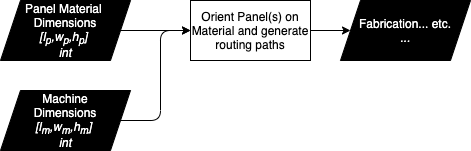
Earlier version of the draw.io export img/S2_workflow.png (BRG-teaching/CSD2_2022). Source tidied: cells renumbered, new cells last; positions are measured from the earlier drawing's top-left corner, leaving out a move shared by most shapes. Source of this version:
```xml
<mxGraphModel>
  <root>
    <mxCell id="0" />
    <mxCell id="1" parent="0" />
    <mxCell id="2" style="edgeStyle=orthogonalEdgeStyle;html=1;" parent="1" edge="1" source="3" target="8">
      <mxGeometry relative="1" as="geometry" />
    </mxCell>
    <mxCell id="3" value="Orient Panel(s) on Material and generate routing paths" style="rounded=0;whiteSpace=wrap;html=1;" parent="1" vertex="1">
      <mxGeometry x="190" width="120" height="60" as="geometry" />
    </mxCell>
    <mxCell id="4" style="edgeStyle=orthogonalEdgeStyle;html=1;entryX=0;entryY=0.5;entryDx=0;entryDy=0;" parent="1" edge="1" source="5" target="3">
      <mxGeometry relative="1" as="geometry" />
    </mxCell>
    <mxCell id="5" value="Panel Material &lt;br&gt;Dimensions&lt;br&gt;&lt;i&gt;[l&lt;sub&gt;p&lt;/sub&gt;,w&lt;/i&gt;&lt;i&gt;&lt;sub&gt;p&lt;/sub&gt;&lt;/i&gt;&lt;i&gt;,h&lt;/i&gt;&lt;i&gt;&lt;sub&gt;p&lt;/sub&gt;&lt;/i&gt;&lt;i&gt;] &lt;br&gt;int&lt;/i&gt;" style="shape=parallelogram;perimeter=parallelogramPerimeter;whiteSpace=wrap;html=1;fixedSize=1;fillColor=#000000;fontColor=#FFFFFF;" parent="1" vertex="1">
      <mxGeometry width="130" height="60" as="geometry" />
    </mxCell>
    <mxCell id="6" style="edgeStyle=orthogonalEdgeStyle;html=1;entryX=0;entryY=0.5;entryDx=0;entryDy=0;" parent="1" edge="1" source="7" target="3">
      <mxGeometry relative="1" as="geometry" />
    </mxCell>
    <mxCell id="7" value="Machine&lt;br&gt;Dimensions&lt;br&gt;&lt;i&gt;[l&lt;sub&gt;m&lt;/sub&gt;,w&lt;sub&gt;m&lt;/sub&gt;,h&lt;sub&gt;m&lt;/sub&gt;] &lt;br&gt;int&lt;/i&gt;" style="shape=parallelogram;perimeter=parallelogramPerimeter;whiteSpace=wrap;html=1;fixedSize=1;fillColor=#000000;fontColor=#FFFFFF;" parent="1" vertex="1">
      <mxGeometry y="90" width="130" height="60" as="geometry" />
    </mxCell>
    <mxCell id="8" value="Fabrication... etc.&lt;br&gt;&lt;i&gt;...&lt;/i&gt;" style="shape=parallelogram;perimeter=parallelogramPerimeter;whiteSpace=wrap;html=1;fixedSize=1;fillColor=#000000;fontColor=#FFFFFF;" parent="1" vertex="1">
      <mxGeometry x="340" width="130" height="60" as="geometry" />
    </mxCell>
  </root>
</mxGraphModel>
```
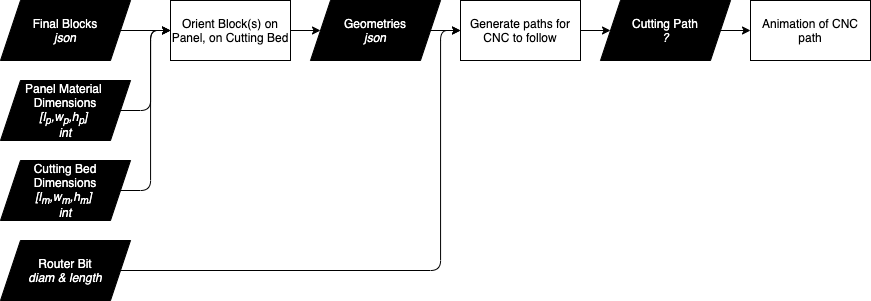
Above is the later version.

Commit message:
Added overview diagram with outline of what the jupyter notebook covers.

What changed in the source:
```diff
@@ -2,26 +2,61 @@
   <root>
     <mxCell id="0" />
     <mxCell id="1" parent="0" />
-    <mxCell id="2" style="edgeStyle=orthogonalEdgeStyle;html=1;" parent="1" edge="1" source="3" target="8">
-      <mxGeometry relative="1" as="geometry" />
-    </mxCell>
+    <mxCell id="9" style="edgeStyle=none;html=1;entryX=0;entryY=0.5;entryDx=0;entryDy=0;" parent="1" edge="1" source="3" target="15">
+      <mxGeometry relative="1" as="geometry" />
+    </mxCell>
-    <mxCell id="3" value="Orient Panel(s) on Material and generate routing paths" style="rounded=0;whiteSpace=wrap;html=1;" parent="1" vertex="1">
-      <mxGeometry x="190" width="120" height="60" as="geometry" />
+    <mxCell id="3" value="Orient Block(s) on Panel, on Cutting Bed" style="rounded=0;whiteSpace=wrap;html=1;" parent="1" vertex="1">
+      <mxGeometry x="250" y="-260" width="120" height="60" as="geometry" />
     </mxCell>
     <mxCell id="4" style="edgeStyle=orthogonalEdgeStyle;html=1;entryX=0;entryY=0.5;entryDx=0;entryDy=0;" parent="1" edge="1" source="5" target="3">
       <mxGeometry relative="1" as="geometry" />
     </mxCell>
     <mxCell id="5" value="Panel Material &lt;br&gt;Dimensions&lt;br&gt;&lt;i&gt;[l&lt;sub&gt;p&lt;/sub&gt;,w&lt;/i&gt;&lt;i&gt;&lt;sub&gt;p&lt;/sub&gt;&lt;/i&gt;&lt;i&gt;,h&lt;/i&gt;&lt;i&gt;&lt;sub&gt;p&lt;/sub&gt;&lt;/i&gt;&lt;i&gt;] &lt;br&gt;int&lt;/i&gt;" style="shape=parallelogram;perimeter=parallelogramPerimeter;whiteSpace=wrap;html=1;fixedSize=1;fillColor=#000000;fontColor=#FFFFFF;" parent="1" vertex="1">
-      <mxGeometry width="130" height="60" as="geometry" />
+      <mxGeometry x="80" y="-180" width="130" height="60" as="geometry" />
     </mxCell>
     <mxCell id="6" style="edgeStyle=orthogonalEdgeStyle;html=1;entryX=0;entryY=0.5;entryDx=0;entryDy=0;" parent="1" edge="1" source="7" target="3">
       <mxGeometry relative="1" as="geometry" />
     </mxCell>
-    <mxCell id="7" value="Machine&lt;br&gt;Dimensions&lt;br&gt;&lt;i&gt;[l&lt;sub&gt;m&lt;/sub&gt;,w&lt;sub&gt;m&lt;/sub&gt;,h&lt;sub&gt;m&lt;/sub&gt;] &lt;br&gt;int&lt;/i&gt;" style="shape=parallelogram;perimeter=parallelogramPerimeter;whiteSpace=wrap;html=1;fixedSize=1;fillColor=#000000;fontColor=#FFFFFF;" parent="1" vertex="1">
-      <mxGeometry y="90" width="130" height="60" as="geometry" />
+    <mxCell id="7" value="Cutting Bed&lt;br&gt;Dimensions&lt;br&gt;&lt;i&gt;[l&lt;sub&gt;m&lt;/sub&gt;,w&lt;sub&gt;m&lt;/sub&gt;,h&lt;sub&gt;m&lt;/sub&gt;] &lt;br&gt;int&lt;/i&gt;" style="shape=parallelogram;perimeter=parallelogramPerimeter;whiteSpace=wrap;html=1;fixedSize=1;fillColor=#000000;fontColor=#FFFFFF;" parent="1" vertex="1">
+      <mxGeometry x="80" y="-100" width="130" height="60" as="geometry" />
     </mxCell>
-    <mxCell id="8" value="Fabrication... etc.&lt;br&gt;&lt;i&gt;...&lt;/i&gt;" style="shape=parallelogram;perimeter=parallelogramPerimeter;whiteSpace=wrap;html=1;fixedSize=1;fillColor=#000000;fontColor=#FFFFFF;" parent="1" vertex="1">
-      <mxGeometry x="340" width="130" height="60" as="geometry" />
-    </mxCell>
+    <mxCell id="10" style="edgeStyle=none;html=1;entryX=0;entryY=0.5;entryDx=0;entryDy=0;" parent="1" edge="1" source="11" target="3">
+      <mxGeometry relative="1" as="geometry" />
+    </mxCell>
+    <mxCell id="11" value="Final Blocks&lt;br&gt;&lt;i&gt;json&lt;/i&gt;" style="shape=parallelogram;perimeter=parallelogramPerimeter;whiteSpace=wrap;html=1;fixedSize=1;fillColor=#000000;fontColor=#FFFFFF;" parent="1" vertex="1">
+      <mxGeometry x="80" y="-260" width="130" height="60" as="geometry" />
+    </mxCell>
+    <mxCell id="12" style="edgeStyle=orthogonalEdgeStyle;html=1;entryX=0;entryY=0.5;entryDx=0;entryDy=0;" parent="1" edge="1" source="13" target="17">
+      <mxGeometry relative="1" as="geometry">
+        <Array as="points">
+          <mxPoint x="520" y="10" />
+          <mxPoint x="520" y="-230" />
+        </Array>
+      </mxGeometry>
+    </mxCell>
+    <mxCell id="13" value="Router Bit&lt;br&gt;&lt;i&gt;diam &amp;amp; length&lt;br&gt;&lt;/i&gt;" style="shape=parallelogram;perimeter=parallelogramPerimeter;whiteSpace=wrap;html=1;fixedSize=1;fillColor=#000000;fontColor=#FFFFFF;" parent="1" vertex="1">
+      <mxGeometry x="80" y="-20" width="130" height="60" as="geometry" />
+    </mxCell>
+    <mxCell id="14" style="edgeStyle=none;html=1;entryX=0;entryY=0.5;entryDx=0;entryDy=0;" parent="1" edge="1" source="15" target="17">
+      <mxGeometry relative="1" as="geometry" />
+    </mxCell>
+    <mxCell id="15" value="Geometries&lt;br&gt;&lt;i&gt;json&lt;/i&gt;" style="shape=parallelogram;perimeter=parallelogramPerimeter;whiteSpace=wrap;html=1;fixedSize=1;fillColor=#000000;fontColor=#FFFFFF;" parent="1" vertex="1">
+      <mxGeometry x="390" y="-260" width="130" height="60" as="geometry" />
+    </mxCell>
+    <mxCell id="16" style="edgeStyle=orthogonalEdgeStyle;html=1;entryX=0;entryY=0.5;entryDx=0;entryDy=0;" parent="1" edge="1" source="17" target="19">
+      <mxGeometry relative="1" as="geometry" />
+    </mxCell>
+    <mxCell id="17" value="Generate paths for CNC to follow" style="rounded=0;whiteSpace=wrap;html=1;" parent="1" vertex="1">
+      <mxGeometry x="540" y="-260" width="120" height="60" as="geometry" />
+    </mxCell>
+    <mxCell id="18" style="edgeStyle=orthogonalEdgeStyle;html=1;" parent="1" edge="1" source="19" target="20">
+      <mxGeometry relative="1" as="geometry" />
+    </mxCell>
+    <mxCell id="19" value="Cutting Path&lt;br&gt;&lt;i&gt;?&lt;/i&gt;" style="shape=parallelogram;perimeter=parallelogramPerimeter;whiteSpace=wrap;html=1;fixedSize=1;fillColor=#000000;fontColor=#FFFFFF;" parent="1" vertex="1">
+      <mxGeometry x="680" y="-260" width="130" height="60" as="geometry" />
+    </mxCell>
+    <mxCell id="20" value="Animation of CNC path" style="rounded=0;whiteSpace=wrap;html=1;" parent="1" vertex="1">
+      <mxGeometry x="830" y="-260" width="120" height="60" as="geometry" />
+    </mxCell>
   </root>
 </mxGraphModel>
```
